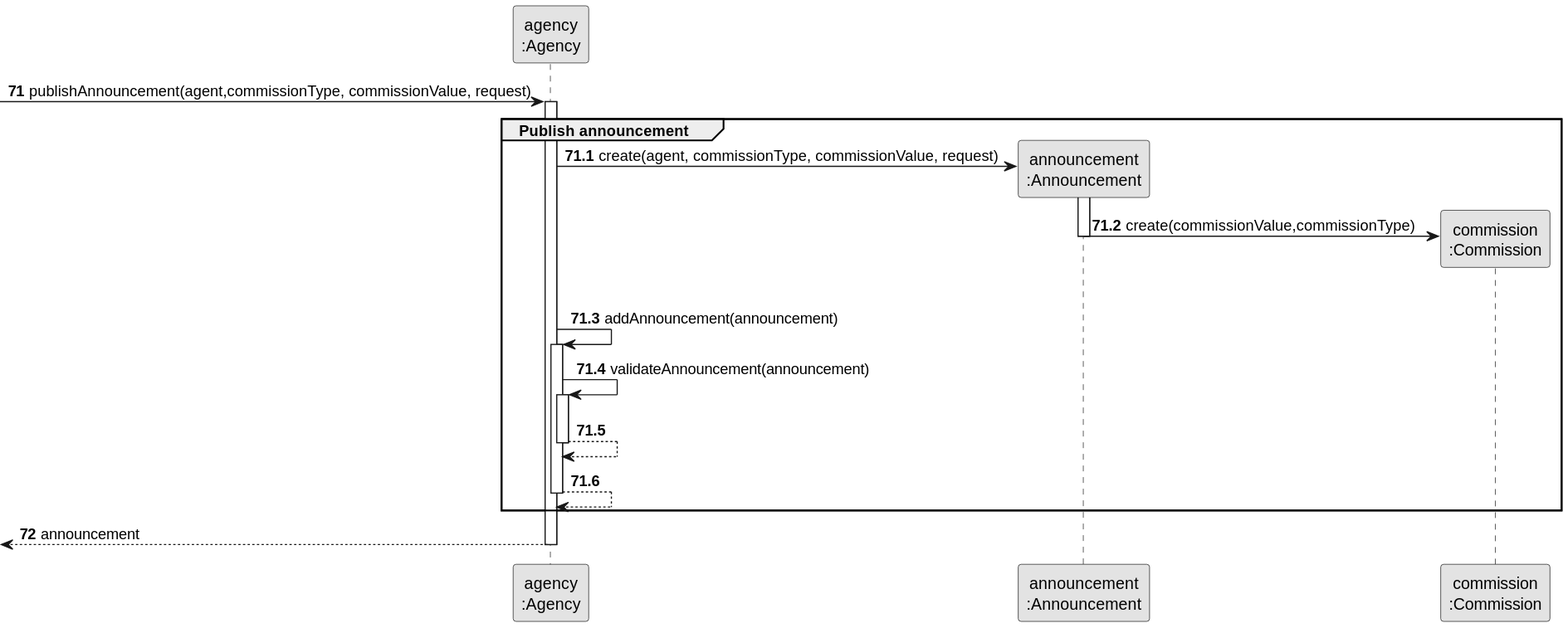
Earlier version of the PlantUML export docs/sprintC/us008/03.design/svg/us008-sequence-diagram-partial-publish-announcement.svg (rita-barbosa/LAPR2-2223). Source of this version:
```plantuml
@startuml
skinparam monochrome true
skinparam packageStyle rectangle
skinparam shadowing false

participant "agency\n:Agency" as AGENCY
participant "announcement\n:Announcement" as AD
participant "commission\n:Commission" as COMMISSION

autonumber 71

             -> AGENCY : publishAnnouncement(agent,commissionType, commissionValue, request)
             activate AGENCY

autonumber 71.1

    group Publish announcement


                AGENCY -> AD**: create(agent, commissionType, commissionValue, request)
                activate AD

                AD -> COMMISSION** : create(commissionValue,commissionType)

                |||
                deactivate AD

                AGENCY -> AGENCY: addAnnouncement(announcement)

                activate AGENCY
                    AGENCY -> AGENCY: validateAnnouncement(announcement)
                    activate AGENCY
                        AGENCY --> AGENCY
                    deactivate AGENCY

                    AGENCY --> AGENCY

            deactivate  AGENCY
    end

autonumber 72

    <-- AGENCY : announcement
    deactivate AGENCY
@enduml
```
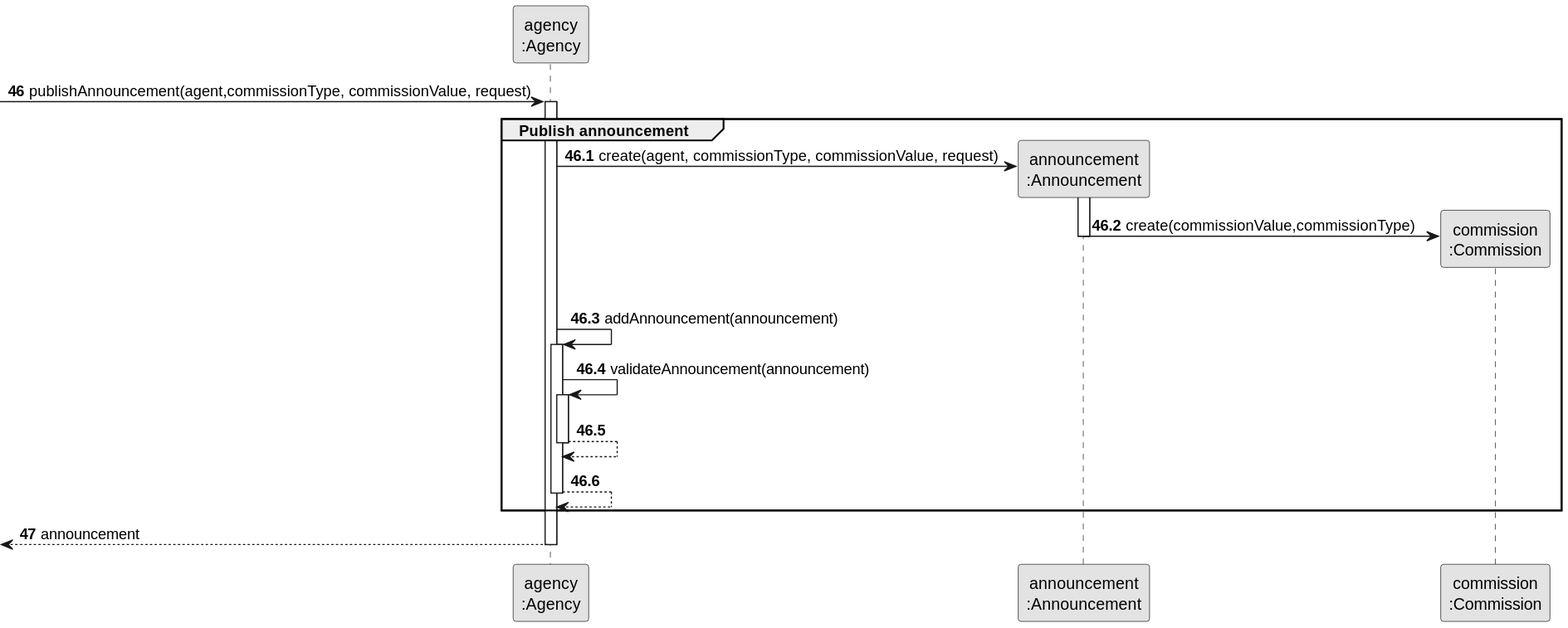
The same diagram one commit later.

Change to the diagram source:
```diff
@@ -7,12 +7,12 @@
 participant "announcement\n:Announcement" as AD
 participant "commission\n:Commission" as COMMISSION
 
-autonumber 71
+autonumber 46
 
              -> AGENCY : publishAnnouncement(agent,commissionType, commissionValue, request)
              activate AGENCY
 
-autonumber 71.1
+autonumber 46.1
 
     group Publish announcement
 
@@ -38,7 +38,7 @@
             deactivate  AGENCY
     end
 
-autonumber 72
+autonumber 47
 
     <-- AGENCY : announcement
     deactivate AGENCY
```
